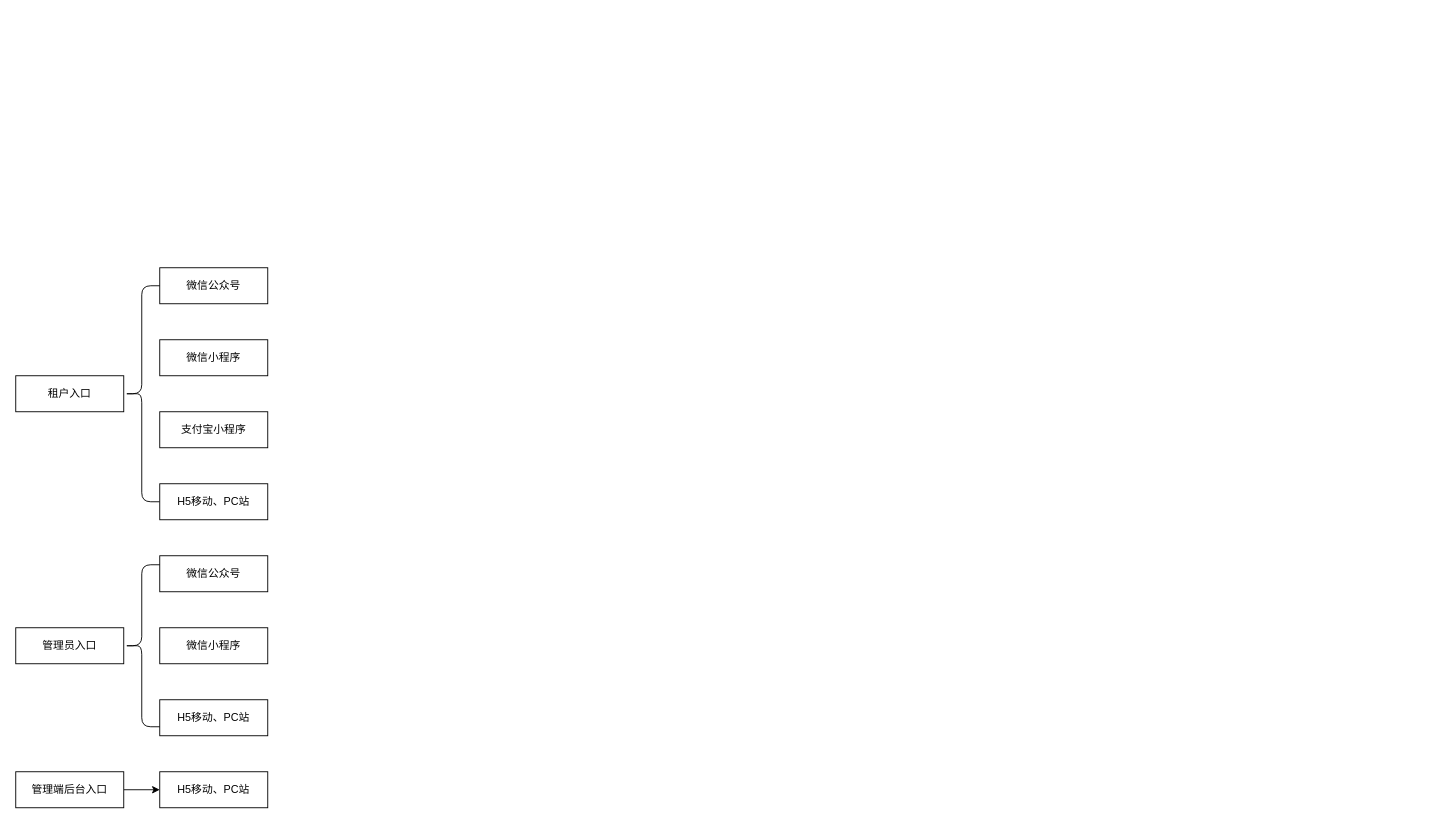
gaorock530/brainstorm keeps this draw.io diagram as zc-online-overview.drawio. Above is the earlier version. Source tidied: cells renumbered, new cells numbered last; positions are measured from the earlier drawing's top-left corner, leaving out a move shared by most shapes. Both pictures are drawn from the tidied source at 90%, with x=0, y=0 at pixel (15, 267).
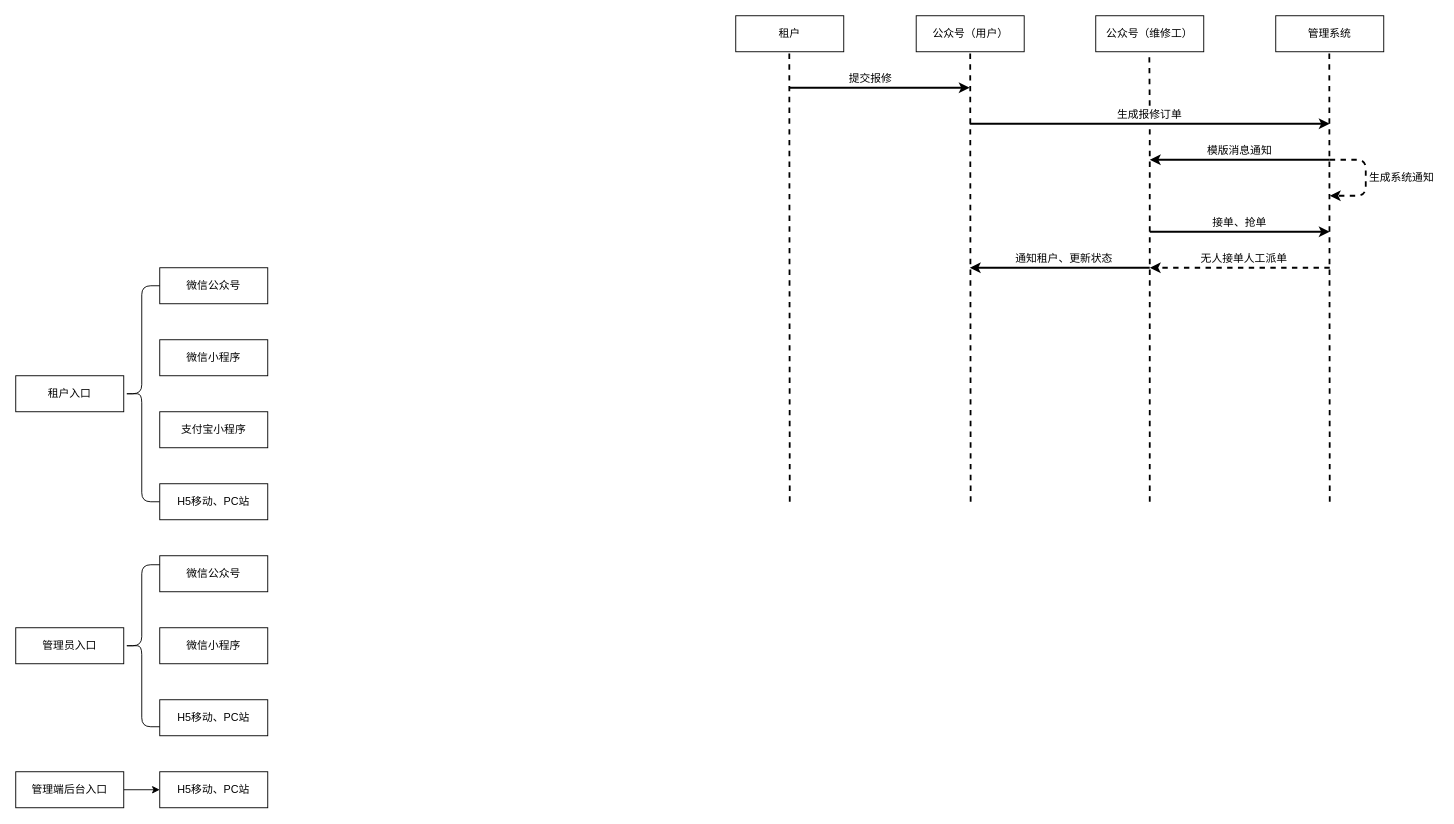
The same diagram, later.

The edit, as a diff of the source:
```diff
@@
+    <mxCell id="16" value="公众号（用户）" style="rounded=0;whiteSpace=wrap;html=1;" parent="1" vertex="1">
+      <mxGeometry x="1000.5" y="-280" width="120" height="40" as="geometry" />
+    </mxCell>
+    <mxCell id="17" value="公众号（维修工）" style="rounded=0;whiteSpace=wrap;html=1;" parent="1" vertex="1">
+      <mxGeometry x="1200" y="-280" width="120" height="40" as="geometry" />
+    </mxCell>
+    <mxCell id="18" value="管理系统" style="rounded=0;whiteSpace=wrap;html=1;" parent="1" vertex="1">
+      <mxGeometry x="1400" y="-280" width="120" height="40" as="geometry" />
+    </mxCell>
+    <mxCell id="19" style="endArrow=none;dashed=1;html=1;entryX=0.5;entryY=1;entryDx=0;entryDy=0;strokeWidth=2;" parent="1" edge="1" target="16">
+      <mxGeometry relative="1" as="geometry">
+        <mxPoint x="1061" y="260" as="sourcePoint" />
+      </mxGeometry>
+    </mxCell>
+    <mxCell id="20" style="endArrow=none;dashed=1;html=1;entryX=0.5;entryY=1;entryDx=0;entryDy=0;strokeWidth=2;startArrow=none;" parent="1" edge="1" source="30">
+      <mxGeometry relative="1" as="geometry">
+        <mxPoint x="1259.5" y="-240" as="targetPoint" />
+      </mxGeometry>
+    </mxCell>
+    <mxCell id="21" style="endArrow=none;dashed=1;html=1;entryX=0.5;entryY=1;entryDx=0;entryDy=0;strokeWidth=2;" parent="1" edge="1">
+      <mxGeometry relative="1" as="geometry">
+        <mxPoint x="1460" y="260" as="sourcePoint" />
+        <mxPoint x="1459.5" y="-240" as="targetPoint" />
+      </mxGeometry>
+    </mxCell>
+    <mxCell id="22" value="租户" style="rounded=0;whiteSpace=wrap;html=1;" parent="1" vertex="1">
+      <mxGeometry x="800" y="-280" width="120" height="40" as="geometry" />
+    </mxCell>
+    <mxCell id="23" style="endArrow=none;dashed=1;html=1;entryX=0.5;entryY=1;entryDx=0;entryDy=0;strokeWidth=2;" parent="1" edge="1">
+      <mxGeometry relative="1" as="geometry">
+        <mxPoint x="860" y="260" as="sourcePoint" />
+        <mxPoint x="859.5" y="-240" as="targetPoint" />
+      </mxGeometry>
+    </mxCell>
+    <mxCell id="24" style="endArrow=classic;html=1;strokeWidth=2;" parent="1" edge="1">
+      <mxGeometry relative="1" as="geometry">
+        <mxPoint x="860" y="-200" as="sourcePoint" />
+        <mxPoint x="1060" y="-200" as="targetPoint" />
+      </mxGeometry>
+    </mxCell>
+    <mxCell id="25" value="提交报修" style="text;html=1;strokeColor=none;fillColor=none;align=center;verticalAlign=middle;whiteSpace=wrap;rounded=0;" parent="1" vertex="1">
+      <mxGeometry x="910" y="-220" width="80" height="20" as="geometry" />
+    </mxCell>
+    <mxCell id="26" style="endArrow=classic;html=1;strokeWidth=2;" parent="1" edge="1">
+      <mxGeometry relative="1" as="geometry">
+        <mxPoint x="1060" y="-160" as="sourcePoint" />
+        <mxPoint x="1460" y="-160" as="targetPoint" />
+      </mxGeometry>
+    </mxCell>
+    <mxCell id="27" style="endArrow=classic;html=1;strokeWidth=2;" parent="1" edge="1">
+      <mxGeometry relative="1" as="geometry">
+        <mxPoint x="1460" y="-120" as="sourcePoint" />
+        <mxPoint x="1260" y="-120" as="targetPoint" />
+      </mxGeometry>
+    </mxCell>
+    <mxCell id="28" value="模版消息通知" style="text;html=1;strokeColor=none;fillColor=none;align=center;verticalAlign=middle;whiteSpace=wrap;rounded=0;" parent="1" vertex="1">
+      <mxGeometry x="1320" y="-140" width="80" height="20" as="geometry" />
+    </mxCell>
+    <mxCell id="29" style="edgeStyle=elbowEdgeStyle;elbow=horizontal;endArrow=classic;html=1;strokeWidth=2;dashed=1;" parent="1" edge="1">
+      <mxGeometry relative="1" as="geometry">
+        <mxPoint x="1460" y="-120" as="sourcePoint" />
+        <mxPoint x="1460" y="-80" as="targetPoint" />
+        <Array as="points">
+          <mxPoint x="1500" y="-100" />
+        </Array>
+      </mxGeometry>
+    </mxCell>
+    <mxCell id="30" value="生成报修订单" style="text;html=1;strokeColor=none;fillColor=none;align=center;verticalAlign=middle;whiteSpace=wrap;rounded=0;" parent="1" vertex="1">
+      <mxGeometry x="1220" y="-180" width="80" height="20" as="geometry" />
+    </mxCell>
+    <mxCell id="31" style="endArrow=none;dashed=1;html=1;entryX=0.5;entryY=1;entryDx=0;entryDy=0;strokeWidth=2;" parent="1" edge="1" target="30">
+      <mxGeometry relative="1" as="geometry">
+        <mxPoint x="1260" y="260" as="sourcePoint" />
+      </mxGeometry>
+    </mxCell>
+    <mxCell id="32" value="生成系统通知" style="text;html=1;strokeColor=none;fillColor=none;align=center;verticalAlign=middle;whiteSpace=wrap;rounded=0;" parent="1" vertex="1">
+      <mxGeometry x="1500" y="-110" width="80" height="20" as="geometry" />
+    </mxCell>
+    <mxCell id="33" style="endArrow=classic;html=1;strokeWidth=2;" parent="1" edge="1">
+      <mxGeometry relative="1" as="geometry">
+        <mxPoint x="1260" y="-40" as="sourcePoint" />
+        <mxPoint x="1460" y="-40" as="targetPoint" />
+      </mxGeometry>
+    </mxCell>
+    <mxCell id="34" value="接单、抢单" style="text;html=1;strokeColor=none;fillColor=none;align=center;verticalAlign=middle;whiteSpace=wrap;rounded=0;" parent="1" vertex="1">
+      <mxGeometry x="1320" y="-60" width="80" height="20" as="geometry" />
+    </mxCell>
+    <mxCell id="35" style="endArrow=classic;html=1;dashed=1;strokeWidth=2;" parent="1" edge="1">
+      <mxGeometry relative="1" as="geometry">
+        <mxPoint x="1460" as="sourcePoint" />
+        <mxPoint x="1260" as="targetPoint" />
+      </mxGeometry>
+    </mxCell>
+    <mxCell id="36" value="无人接单人工派单" style="text;html=1;strokeColor=none;fillColor=none;align=center;verticalAlign=middle;whiteSpace=wrap;rounded=0;" parent="1" vertex="1">
+      <mxGeometry x="1310" y="-20" width="110" height="20" as="geometry" />
+    </mxCell>
+    <mxCell id="37" style="endArrow=classic;html=1;strokeWidth=2;" parent="1" edge="1">
+      <mxGeometry relative="1" as="geometry">
+        <mxPoint x="1260" as="sourcePoint" />
+        <mxPoint x="1060" as="targetPoint" />
+      </mxGeometry>
+    </mxCell>
+    <mxCell id="38" value="通知租户、更新状态" style="text;html=1;strokeColor=none;fillColor=none;align=center;verticalAlign=middle;whiteSpace=wrap;rounded=0;" parent="1" vertex="1">
+      <mxGeometry x="1110" y="-20" width="110" height="20" as="geometry" />
+    </mxCell>
```
